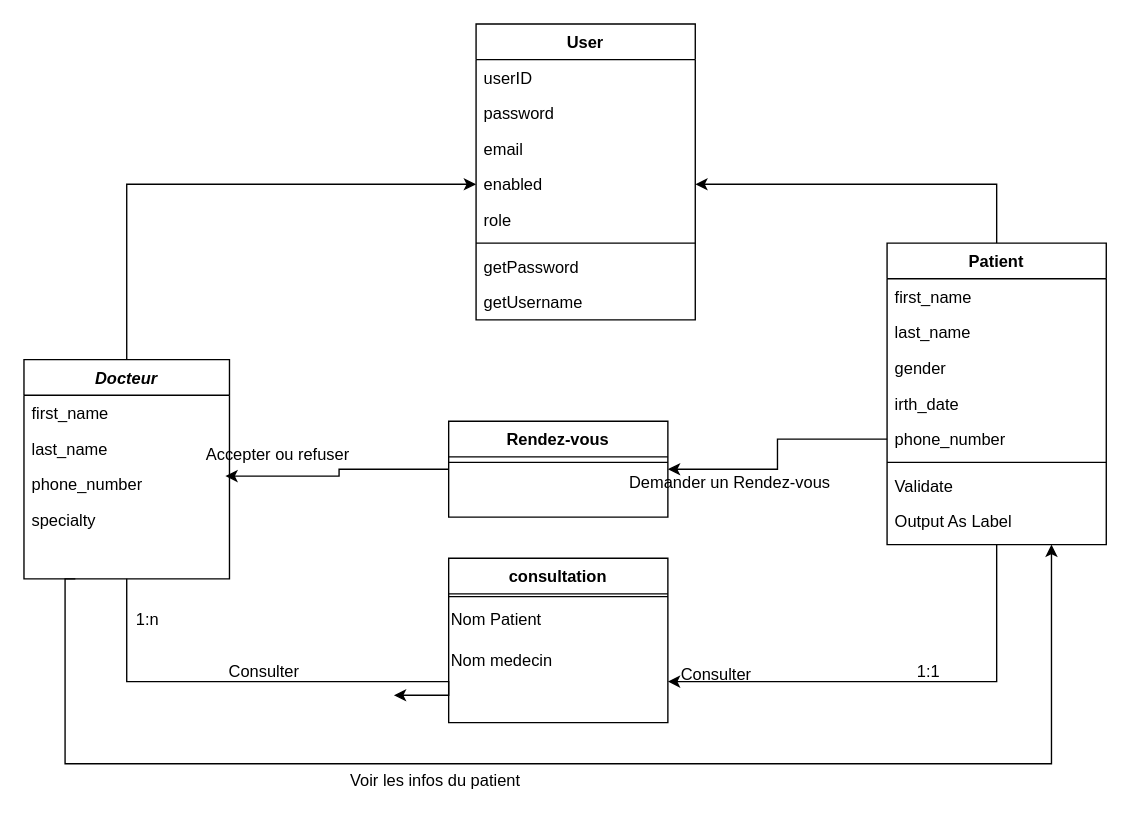
The draw.io diagram Diagramme sans nom.drawio in pillarmulenda/mon-cv, before the edit. Source tidied: cells renumbered, new cells numbered last; positions are measured from the earlier drawing's top-left corner, leaving out a move shared by most shapes. Both pictures are drawn from the tidied source at 137%, with x=0, y=0 at pixel (23, 23).
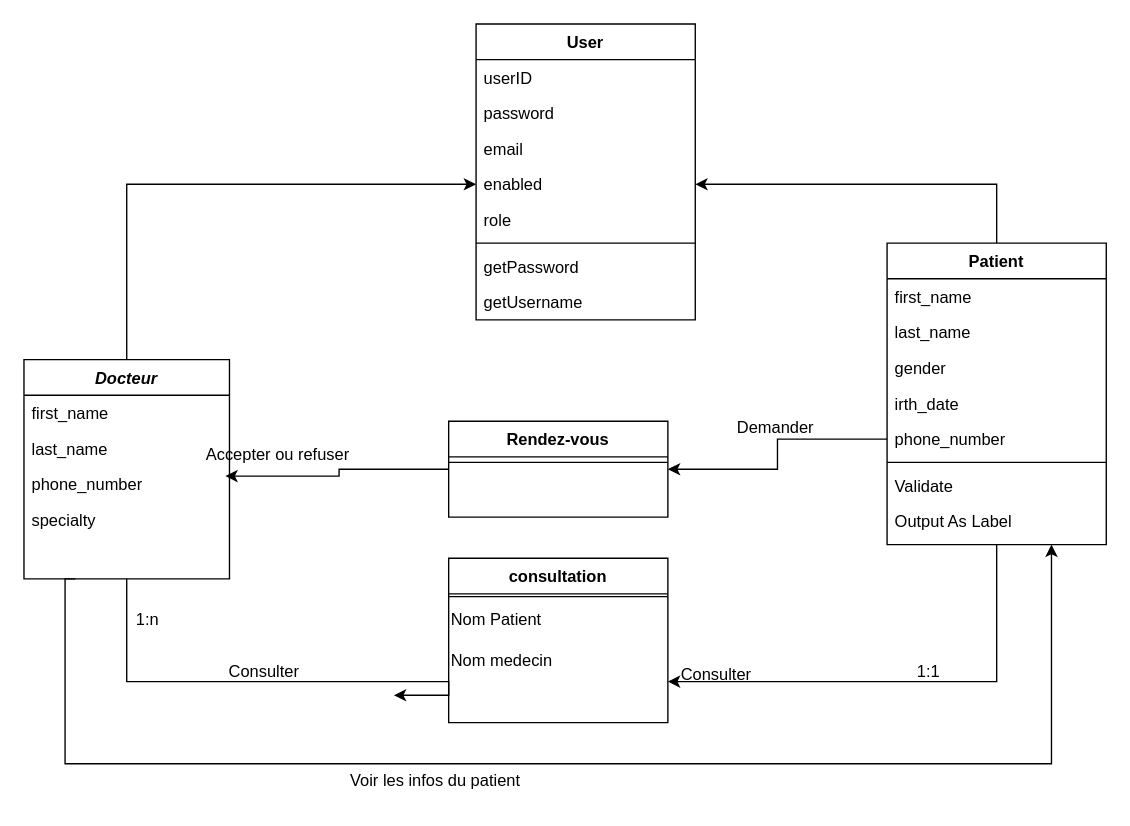
Above is the later version.

Commit message:
Mettre à jour Diagramme sans nom.drawio

Change to the diagram source:
```diff
@@
-    <mxCell id="36" value="Demander un Rendez-vous" style="text;html=1;align=center;verticalAlign=middle;strokeColor=none;fillColor=none;" parent="1" vertex="1">
-      <mxGeometry x="430" y="320" width="170" height="30" as="geometry" />
+    <mxCell id="36" value="Demander&amp;nbsp;" style="text;html=1;align=center;verticalAlign=middle;strokeColor=none;fillColor=none;" parent="1" vertex="1">
+      <mxGeometry x="510" y="280" width="80" height="30" as="geometry" />
     </mxCell>
```
